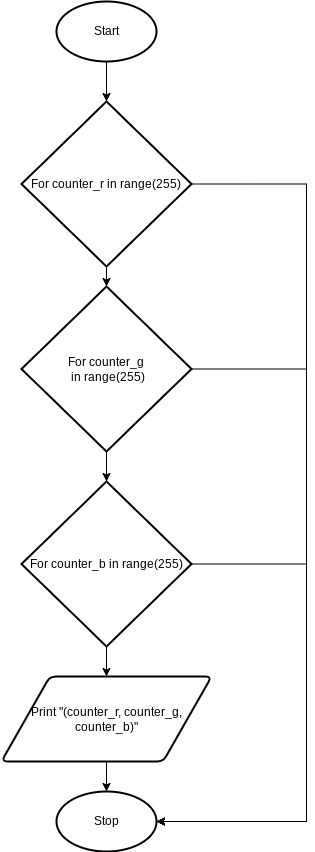
Yiyun-Qin/ICS3U-Unit4-06-Python keeps this draw.io diagram as design.rgb.flowchart.png. Above is the earlier version. Source tidied: cells renumbered, new cells last; positions are measured from the earlier drawing's top-left corner, leaving out a move shared by most shapes.
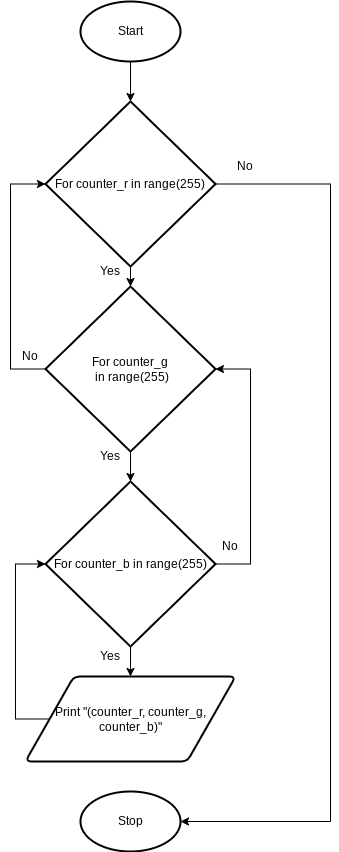
The same diagram one commit later.

The edit, as a diff of the source:
```diff
@@ -28,37 +28,59 @@
     <mxCell id="8" style="edgeStyle=none;html=1;exitX=0.5;exitY=1;exitDx=0;exitDy=0;exitPerimeter=0;entryX=0.5;entryY=0;entryDx=0;entryDy=0;entryPerimeter=0;" parent="1" edge="1" source="10" target="13">
       <mxGeometry relative="1" as="geometry" />
     </mxCell>
-    <mxCell id="9" style="edgeStyle=orthogonalEdgeStyle;rounded=0;html=1;exitX=1;exitY=0.5;exitDx=0;exitDy=0;exitPerimeter=0;" parent="1" edge="1" source="10">
-      <mxGeometry relative="1" as="geometry">
-        <mxPoint x="155" y="820" as="targetPoint" />
-        <Array as="points">
-          <mxPoint x="305" y="368" />
-          <mxPoint x="305" y="820" />
-        </Array>
-      </mxGeometry>
-    </mxCell>
+    <mxCell id="16" style="edgeStyle=orthogonalEdgeStyle;rounded=0;html=1;exitX=0;exitY=0.5;exitDx=0;exitDy=0;exitPerimeter=0;entryX=0;entryY=0.5;entryDx=0;entryDy=0;entryPerimeter=0;" parent="1" edge="1" source="10" target="7">
+      <mxGeometry relative="1" as="geometry">
+        <Array as="points">
+          <mxPoint x="-15" y="368" />
+          <mxPoint x="-15" y="183" />
+        </Array>
+      </mxGeometry>
+    </mxCell>
     <mxCell id="10" value="For counter_g&lt;span style=&quot;color: rgba(0 , 0 , 0 , 0) ; font-family: monospace ; font-size: 0px&quot;&gt;%3CmxGraphModel%3E%3Croot%3E%3CmxCell%20id%3D%220%22%2F%3E%3CmxCell%20id%3D%221%22%20parent%3D%220%22%2F%3E%3CmxCell%20id%3D%222%22%20value%3D%22For%20counter_r%20in%20range(255)%22%20style%3D%22strokeWidth%3D2%3Bhtml%3D1%3Bshape%3Dmxgraph.flowchart.decision%3BwhiteSpace%3Dwrap%3B%22%20vertex%3D%221%22%20parent%3D%221%22%3E%3CmxGeometry%20x%3D%22145%22%20y%3D%22100%22%20width%3D%22170%22%20height%3D%22165%22%20as%3D%22geometry%22%2F%3E%3C%2FmxCell%3E%3C%2Froot%3E%3C%2FmxGraphModel%3E&lt;/span&gt;&lt;br&gt;&amp;nbsp;in range(255)" style="strokeWidth=2;html=1;shape=mxgraph.flowchart.decision;whiteSpace=wrap;" parent="1" vertex="1">
       <mxGeometry x="20" y="285" width="170" height="165" as="geometry" />
     </mxCell>
     <mxCell id="11" style="edgeStyle=none;html=1;exitX=0.5;exitY=1;exitDx=0;exitDy=0;exitPerimeter=0;entryX=0.5;entryY=0;entryDx=0;entryDy=0;" parent="1" edge="1" source="13" target="15">
       <mxGeometry relative="1" as="geometry" />
     </mxCell>
-    <mxCell id="12" style="edgeStyle=orthogonalEdgeStyle;rounded=0;html=1;exitX=1;exitY=0.5;exitDx=0;exitDy=0;exitPerimeter=0;entryX=1;entryY=0.5;entryDx=0;entryDy=0;entryPerimeter=0;" parent="1" edge="1" source="13" target="4">
-      <mxGeometry relative="1" as="geometry">
-        <Array as="points">
-          <mxPoint x="305" y="563" />
-          <mxPoint x="305" y="820" />
-        </Array>
-      </mxGeometry>
-    </mxCell>
+    <mxCell id="17" style="edgeStyle=orthogonalEdgeStyle;rounded=0;html=1;exitX=1;exitY=0.5;exitDx=0;exitDy=0;exitPerimeter=0;entryX=1;entryY=0.5;entryDx=0;entryDy=0;entryPerimeter=0;" parent="1" edge="1" source="13" target="10">
+      <mxGeometry relative="1" as="geometry">
+        <Array as="points">
+          <mxPoint x="225" y="563" />
+          <mxPoint x="225" y="368" />
+        </Array>
+      </mxGeometry>
+    </mxCell>
     <mxCell id="13" value="For counter_b in range(255)" style="strokeWidth=2;html=1;shape=mxgraph.flowchart.decision;whiteSpace=wrap;" parent="1" vertex="1">
       <mxGeometry x="20" y="480" width="170" height="165" as="geometry" />
     </mxCell>
-    <mxCell id="14" style="edgeStyle=none;html=1;exitX=0.5;exitY=1;exitDx=0;exitDy=0;entryX=0.5;entryY=0;entryDx=0;entryDy=0;entryPerimeter=0;" parent="1" edge="1" source="15" target="4">
-      <mxGeometry relative="1" as="geometry" />
-    </mxCell>
+    <mxCell id="18" style="edgeStyle=orthogonalEdgeStyle;rounded=0;html=1;exitX=0;exitY=0.5;exitDx=0;exitDy=0;entryX=0;entryY=0.5;entryDx=0;entryDy=0;entryPerimeter=0;" parent="1" edge="1" source="15" target="13">
+      <mxGeometry relative="1" as="geometry">
+        <Array as="points">
+          <mxPoint x="-10" y="718" />
+          <mxPoint x="-10" y="563" />
+        </Array>
+      </mxGeometry>
+    </mxCell>
     <mxCell id="15" value="Print &quot;(counter_r, counter_g, counter_b)&quot;" style="shape=parallelogram;html=1;strokeWidth=2;perimeter=parallelogramPerimeter;whiteSpace=wrap;rounded=1;arcSize=12;size=0.23;" parent="1" vertex="1">
       <mxGeometry y="675" width="210" height="85" as="geometry" />
     </mxCell>
+    <mxCell id="19" value="Yes" style="text;html=1;strokeColor=none;fillColor=none;align=center;verticalAlign=middle;whiteSpace=wrap;rounded=0;" parent="1" vertex="1">
+      <mxGeometry x="55" y="440" width="60" height="30" as="geometry" />
+    </mxCell>
+    <mxCell id="20" value="No" style="text;html=1;strokeColor=none;fillColor=none;align=center;verticalAlign=middle;whiteSpace=wrap;rounded=0;" parent="1" vertex="1">
+      <mxGeometry x="190" y="150" width="60" height="30" as="geometry" />
+    </mxCell>
+    <mxCell id="21" value="Yes" style="text;html=1;strokeColor=none;fillColor=none;align=center;verticalAlign=middle;whiteSpace=wrap;rounded=0;" parent="1" vertex="1">
+      <mxGeometry x="55" y="255" width="60" height="30" as="geometry" />
+    </mxCell>
+    <mxCell id="22" value="Yes" style="text;html=1;strokeColor=none;fillColor=none;align=center;verticalAlign=middle;whiteSpace=wrap;rounded=0;" parent="1" vertex="1">
+      <mxGeometry x="55" y="640" width="60" height="30" as="geometry" />
+    </mxCell>
+    <mxCell id="23" value="No" style="text;html=1;strokeColor=none;fillColor=none;align=center;verticalAlign=middle;whiteSpace=wrap;rounded=0;" parent="1" vertex="1">
+      <mxGeometry x="175" y="530" width="60" height="30" as="geometry" />
+    </mxCell>
+    <mxCell id="24" value="No" style="text;html=1;strokeColor=none;fillColor=none;align=center;verticalAlign=middle;whiteSpace=wrap;rounded=0;" parent="1" vertex="1">
+      <mxGeometry x="-25" y="340" width="60" height="30" as="geometry" />
+    </mxCell>
   </root>
 </mxGraphModel>
```
